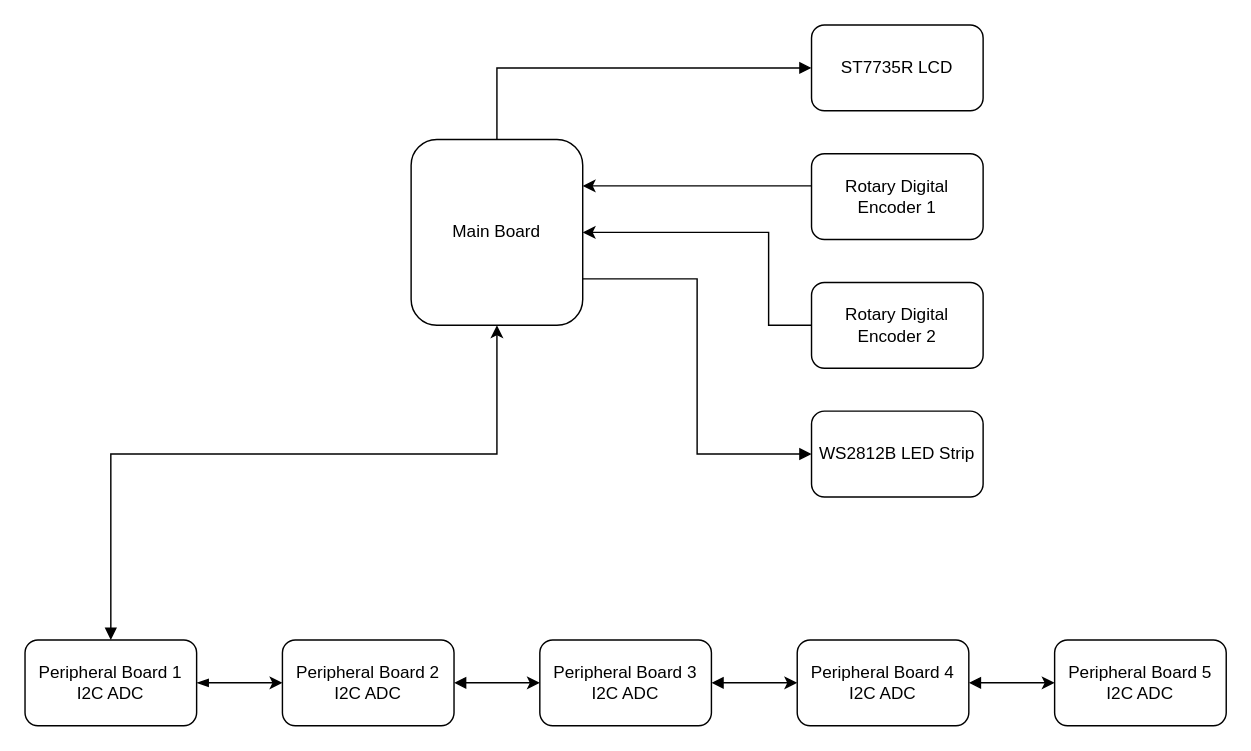
Above: docs/crude_system_diagram.drawio in tguyenn/Digital-Synthesizer (draw.io), before the change. Source tidied: cells renumbered, new cells numbered last; positions are measured from the earlier drawing's top-left corner, leaving out a move shared by most shapes. Both pictures are drawn from the tidied source at 143%, with x=0, y=0 at pixel (24, 24).
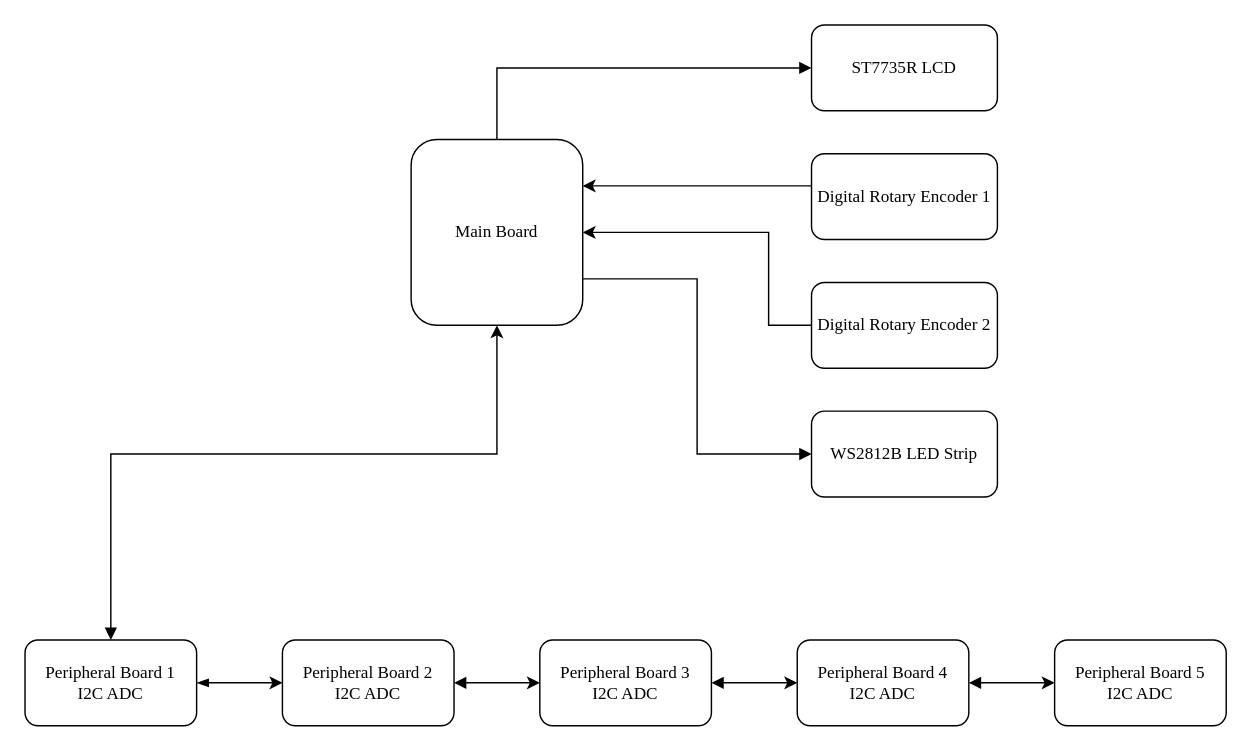
Above is the later version.

The edit, as a diff of the source:
```diff
@@
-    <mxCell id="2" value="Main Board" style="rounded=1;whiteSpace=wrap;html=1;" parent="1" vertex="1">
+    <mxCell id="2" value="Main Board" style="rounded=1;whiteSpace=wrap;html=1;fontFamily=Times New Roman;" parent="1" vertex="1">
       <mxGeometry x="270" y="80" width="120" height="130" as="geometry" />
     </mxCell>
-    <mxCell id="3" style="edgeStyle=orthogonalEdgeStyle;rounded=0;jettySize=auto;html=1;entryX=0.5;entryY=1;entryDx=0;entryDy=0;startArrow=block;startFill=1;" parent="1" edge="1" source="5" target="2">
+    <mxCell id="3" style="edgeStyle=orthogonalEdgeStyle;rounded=0;jettySize=auto;html=1;entryX=0.5;entryY=1;entryDx=0;entryDy=0;startArrow=block;startFill=1;fontFamily=Times New Roman;" parent="1" edge="1" source="5" target="2">
       <mxGeometry relative="1" as="geometry">
         <Array as="points">
           <mxPoint x="60" y="300" />
           <mxPoint x="330" y="300" />
         </Array>
       </mxGeometry>
     </mxCell>
-    <mxCell id="4" style="edgeStyle=orthogonalEdgeStyle;rounded=0;jettySize=auto;html=1;entryX=0;entryY=0.5;entryDx=0;entryDy=0;startArrow=blockThin;startFill=1;" parent="1" edge="1" source="5" target="7">
+    <mxCell id="4" style="edgeStyle=orthogonalEdgeStyle;rounded=0;jettySize=auto;html=1;entryX=0;entryY=0.5;entryDx=0;entryDy=0;startArrow=blockThin;startFill=1;fontFamily=Times New Roman;" parent="1" edge="1" source="5" target="7">
       <mxGeometry relative="1" as="geometry" />
     </mxCell>
-    <mxCell id="5" value="Peripheral Board 1&lt;div&gt;I2C ADC&lt;/div&gt;" style="rounded=1;whiteSpace=wrap;html=1;" parent="1" vertex="1">
+    <mxCell id="5" value="Peripheral Board 1&lt;div&gt;I2C ADC&lt;/div&gt;" style="rounded=1;whiteSpace=wrap;html=1;fontFamily=Times New Roman;" parent="1" vertex="1">
       <mxGeometry y="430" width="120" height="60" as="geometry" />
     </mxCell>
-    <mxCell id="6" style="edgeStyle=orthogonalEdgeStyle;rounded=0;jettySize=auto;html=1;entryX=0;entryY=0.5;entryDx=0;entryDy=0;startArrow=block;startFill=1;" parent="1" edge="1" source="7" target="9">
+    <mxCell id="6" style="edgeStyle=orthogonalEdgeStyle;rounded=0;jettySize=auto;html=1;entryX=0;entryY=0.5;entryDx=0;entryDy=0;startArrow=block;startFill=1;fontFamily=Times New Roman;" parent="1" edge="1" source="7" target="9">
       <mxGeometry relative="1" as="geometry" />
     </mxCell>
-    <mxCell id="7" value="Peripheral Board 2&lt;div&gt;I2C ADC&lt;/div&gt;" style="rounded=1;whiteSpace=wrap;html=1;" parent="1" vertex="1">
+    <mxCell id="7" value="Peripheral Board 2&lt;div&gt;I2C ADC&lt;/div&gt;" style="rounded=1;whiteSpace=wrap;html=1;fontFamily=Times New Roman;" parent="1" vertex="1">
       <mxGeometry x="180" y="430" width="120" height="60" as="geometry" />
     </mxCell>
-    <mxCell id="8" style="edgeStyle=orthogonalEdgeStyle;rounded=0;jettySize=auto;html=1;entryX=0;entryY=0.5;entryDx=0;entryDy=0;startArrow=block;startFill=1;" parent="1" edge="1" source="9" target="11">
+    <mxCell id="8" style="edgeStyle=orthogonalEdgeStyle;rounded=0;jettySize=auto;html=1;entryX=0;entryY=0.5;entryDx=0;entryDy=0;startArrow=block;startFill=1;fontFamily=Times New Roman;" parent="1" edge="1" source="9" target="11">
       <mxGeometry relative="1" as="geometry" />
     </mxCell>
-    <mxCell id="9" value="Peripheral Board 3&lt;div&gt;I2C ADC&lt;/div&gt;" style="rounded=1;whiteSpace=wrap;html=1;" parent="1" vertex="1">
+    <mxCell id="9" value="Peripheral Board 3&lt;div&gt;I2C ADC&lt;/div&gt;" style="rounded=1;whiteSpace=wrap;html=1;fontFamily=Times New Roman;" parent="1" vertex="1">
       <mxGeometry x="360" y="430" width="120" height="60" as="geometry" />
     </mxCell>
-    <mxCell id="10" style="edgeStyle=orthogonalEdgeStyle;rounded=0;jettySize=auto;html=1;entryX=0;entryY=0.5;entryDx=0;entryDy=0;startArrow=block;startFill=1;" parent="1" edge="1" source="11" target="12">
+    <mxCell id="10" style="edgeStyle=orthogonalEdgeStyle;rounded=0;jettySize=auto;html=1;entryX=0;entryY=0.5;entryDx=0;entryDy=0;startArrow=block;startFill=1;fontFamily=Times New Roman;" parent="1" edge="1" source="11" target="12">
       <mxGeometry relative="1" as="geometry" />
     </mxCell>
-    <mxCell id="11" value="Peripheral Board 4&lt;div&gt;I2C ADC&lt;/div&gt;" style="rounded=1;whiteSpace=wrap;html=1;" parent="1" vertex="1">
+    <mxCell id="11" value="Peripheral Board 4&lt;div&gt;I2C ADC&lt;/div&gt;" style="rounded=1;whiteSpace=wrap;html=1;fontFamily=Times New Roman;" parent="1" vertex="1">
       <mxGeometry x="540" y="430" width="120" height="60" as="geometry" />
     </mxCell>
-    <mxCell id="12" value="Peripheral Board 5&lt;div&gt;I2C ADC&lt;/div&gt;" style="rounded=1;whiteSpace=wrap;html=1;" parent="1" vertex="1">
+    <mxCell id="12" value="Peripheral Board 5&lt;div&gt;I2C ADC&lt;/div&gt;" style="rounded=1;whiteSpace=wrap;html=1;fontFamily=Times New Roman;" parent="1" vertex="1">
       <mxGeometry x="720" y="430" width="120" height="60" as="geometry" />
     </mxCell>
-    <mxCell id="13" style="edgeStyle=orthogonalEdgeStyle;rounded=0;jettySize=auto;html=1;entryX=0.5;entryY=0;entryDx=0;entryDy=0;startArrow=block;startFill=1;endArrow=none;endFill=0;" parent="1" edge="1" source="14" target="2">
+    <mxCell id="13" style="edgeStyle=orthogonalEdgeStyle;rounded=0;jettySize=auto;html=1;entryX=0.5;entryY=0;entryDx=0;entryDy=0;startArrow=block;startFill=1;endArrow=none;endFill=0;fontFamily=Times New Roman;" parent="1" edge="1" source="14" target="2">
       <mxGeometry relative="1" as="geometry" />
     </mxCell>
-    <mxCell id="14" value="ST7735R LCD" style="rounded=1;whiteSpace=wrap;html=1;" parent="1" vertex="1">
-      <mxGeometry x="550" width="120" height="60" as="geometry" />
+    <mxCell id="14" value="ST7735R LCD" style="rounded=1;whiteSpace=wrap;html=1;fontFamily=Times New Roman;" parent="1" vertex="1">
+      <mxGeometry x="550" width="130" height="60" as="geometry" />
     </mxCell>
-    <mxCell id="15" style="edgeStyle=orthogonalEdgeStyle;rounded=0;jettySize=auto;html=1;entryX=1;entryY=0.25;entryDx=0;entryDy=0;" parent="1" edge="1" source="16" target="2">
+    <mxCell id="15" style="edgeStyle=orthogonalEdgeStyle;rounded=0;jettySize=auto;html=1;entryX=1;entryY=0.25;entryDx=0;entryDy=0;fontFamily=Times New Roman;" parent="1" edge="1" source="16" target="2">
       <mxGeometry relative="1" as="geometry">
         <Array as="points">
           <mxPoint x="475" y="113" />
         </Array>
       </mxGeometry>
     </mxCell>
-    <mxCell id="16" value="Rotary Digital Encoder 1" style="rounded=1;whiteSpace=wrap;html=1;" parent="1" vertex="1">
-      <mxGeometry x="550" y="90" width="120" height="60" as="geometry" />
+    <mxCell id="16" value="Digital Rotary Encoder 1" style="rounded=1;whiteSpace=wrap;html=1;fontFamily=Times New Roman;" parent="1" vertex="1">
+      <mxGeometry x="550" y="90" width="130" height="60" as="geometry" />
     </mxCell>
-    <mxCell id="17" style="edgeStyle=orthogonalEdgeStyle;rounded=0;jettySize=auto;html=1;entryX=1;entryY=0.5;entryDx=0;entryDy=0;" parent="1" edge="1" source="18" target="2">
+    <mxCell id="17" style="edgeStyle=orthogonalEdgeStyle;rounded=0;jettySize=auto;html=1;entryX=1;entryY=0.5;entryDx=0;entryDy=0;fontFamily=Times New Roman;" parent="1" edge="1" source="18" target="2">
       <mxGeometry relative="1" as="geometry">
         <Array as="points">
           <mxPoint x="520" y="210" />
           <mxPoint x="520" y="145" />
         </Array>
       </mxGeometry>
     </mxCell>
-    <mxCell id="18" value="Rotary Digital Encoder 2" style="rounded=1;whiteSpace=wrap;html=1;" parent="1" vertex="1">
-      <mxGeometry x="550" y="180" width="120" height="60" as="geometry" />
+    <mxCell id="18" value="Digital Rotary Encoder 2" style="rounded=1;whiteSpace=wrap;html=1;fontFamily=Times New Roman;" parent="1" vertex="1">
+      <mxGeometry x="550" y="180" width="130" height="60" as="geometry" />
     </mxCell>
-    <mxCell id="19" style="edgeStyle=orthogonalEdgeStyle;rounded=0;jettySize=auto;html=1;entryX=1;entryY=0.75;entryDx=0;entryDy=0;startArrow=block;startFill=1;endArrow=none;endFill=0;" parent="1" edge="1" source="20" target="2">
+    <mxCell id="19" style="edgeStyle=orthogonalEdgeStyle;rounded=0;jettySize=auto;html=1;entryX=1;entryY=0.75;entryDx=0;entryDy=0;startArrow=block;startFill=1;endArrow=none;endFill=0;fontFamily=Times New Roman;" parent="1" edge="1" source="20" target="2">
       <mxGeometry relative="1" as="geometry" />
     </mxCell>
-    <mxCell id="20" value="WS2812B LED Strip" style="rounded=1;whiteSpace=wrap;html=1;" parent="1" vertex="1">
-      <mxGeometry x="550" y="270" width="120" height="60" as="geometry" />
+    <mxCell id="20" value="WS2812B LED Strip" style="rounded=1;whiteSpace=wrap;html=1;fontFamily=Times New Roman;" parent="1" vertex="1">
+      <mxGeometry x="550" y="270" width="130" height="60" as="geometry" />
     </mxCell>
```
